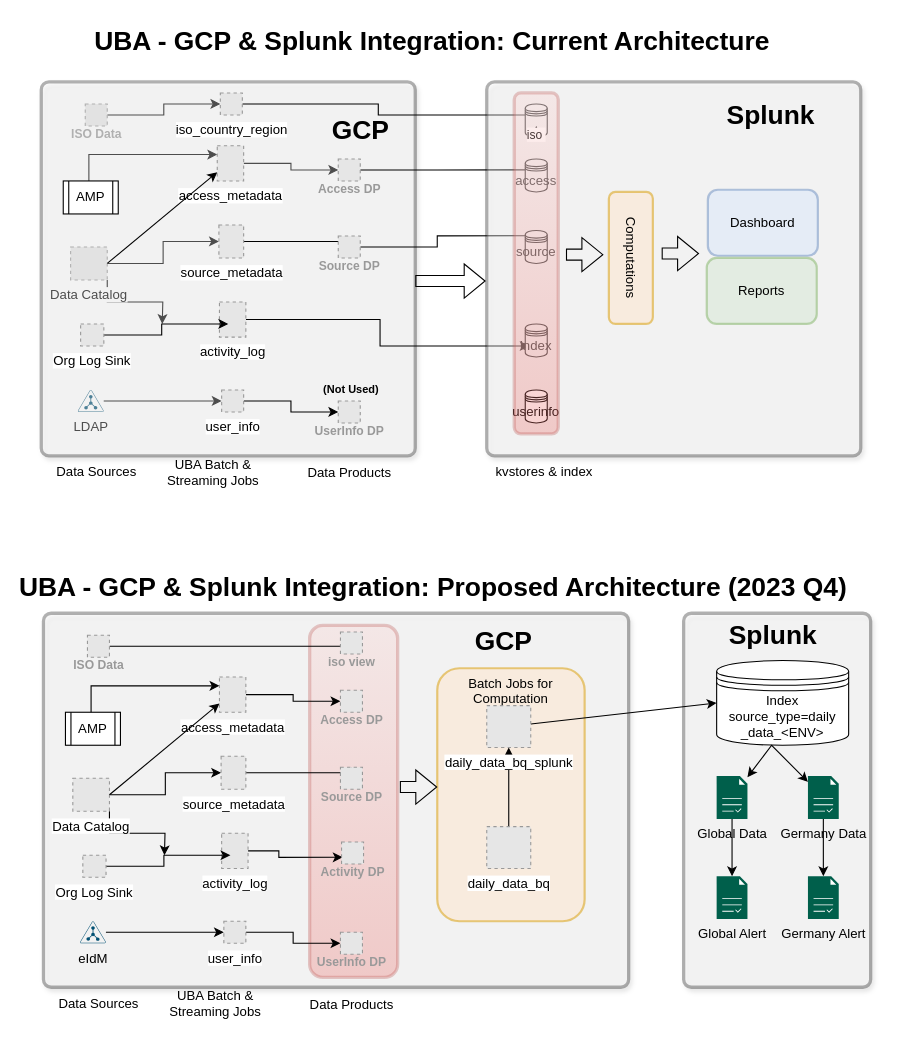
Earlier version of the draw.io diagram splunk_perf_design_V20240125a.drawio (zikzakjack/draw.io). Source tidied: cells renumbered, new cells numbered last; positions are measured from the earlier drawing's top-left corner, leaving out a move shared by most shapes. Both pictures are drawn from the tidied source at 110%, with x=0, y=0 at pixel (38, 19). Pictures stored in the file or linked from it are replaced by grey dashed boxes.
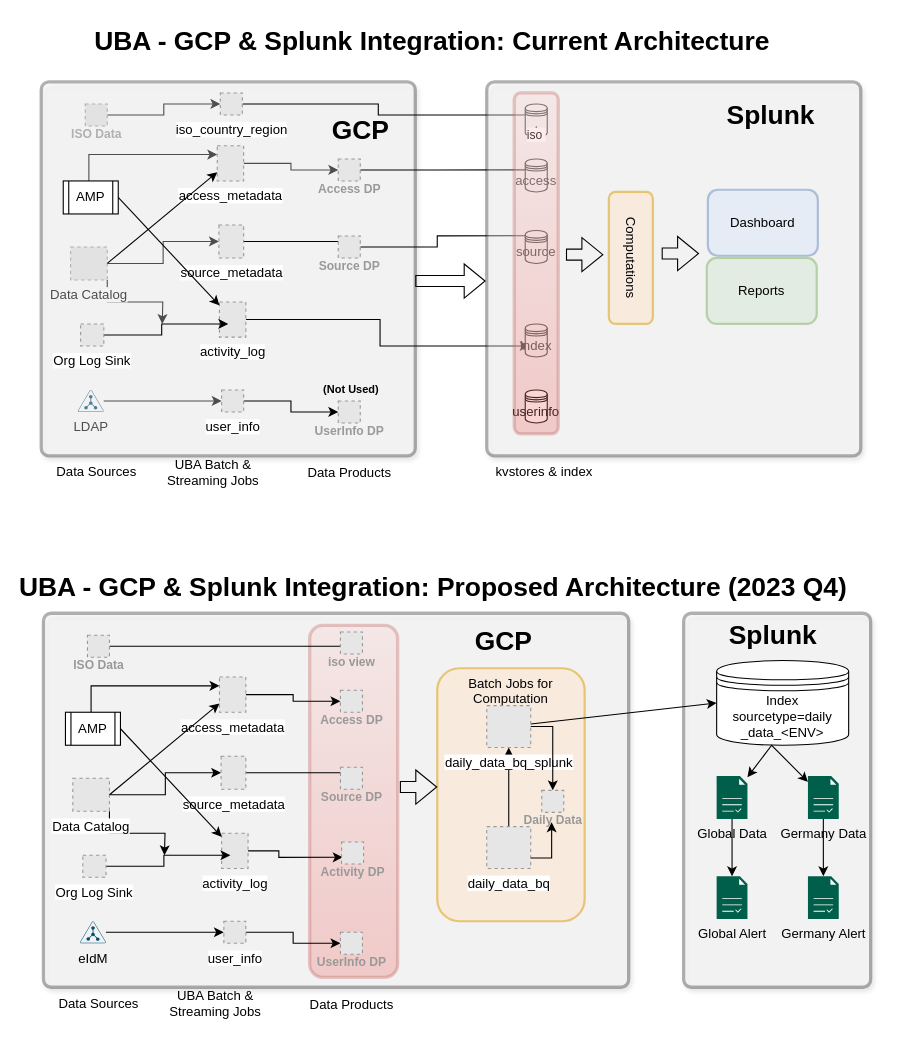
After the change.

The change refers to these unchanged cells:
```xml
<mxCell id="18" value="activity_log" style="fillColor=#E6E6E6;strokeColor=#999999;dashed=1;html=1;verticalLabelPosition=bottom;labelBackgroundColor=#ffffff;verticalAlign=top;" parent="1" vertex="1">
  <mxGeometry x="164" y="257" width="24" height="32" as="geometry" />
</mxCell>
<mxCell id="31" value="AMP" style="shape=process;whiteSpace=wrap;html=1;backgroundOutline=1;" parent="1" vertex="1">
  <mxGeometry x="22" y="147" width="50" height="30" as="geometry" />
</mxCell>
<mxCell id="65" value="activity_log" style="fillColor=#E6E6E6;strokeColor=#999999;dashed=1;html=1;verticalLabelPosition=bottom;labelBackgroundColor=#ffffff;verticalAlign=top;" parent="1" vertex="1">
  <mxGeometry x="166" y="740" width="24" height="32" as="geometry" />
</mxCell>
<mxCell id="75" value="AMP" style="shape=process;whiteSpace=wrap;html=1;backgroundOutline=1;" parent="1" vertex="1">
  <mxGeometry x="24" y="630" width="50" height="30" as="geometry" />
</mxCell>
<mxCell id="98" value="daily_data_bq" style="fillColor=#E6E6E6;strokeColor=#999999;dashed=1;html=1;verticalLabelPosition=bottom;labelBackgroundColor=#ffffff;verticalAlign=top;" parent="1" vertex="1">
  <mxGeometry x="407" y="734" width="40" height="38" as="geometry" />
</mxCell>
<mxCell id="99" value="daily_data_bq_splunk" style="fillColor=#E6E6E6;strokeColor=#999999;dashed=1;html=1;verticalLabelPosition=bottom;labelBackgroundColor=#ffffff;verticalAlign=top;" parent="1" vertex="1">
  <mxGeometry x="407" y="624" width="40" height="38" as="geometry" />
</mxCell>
```

What changed in the source:
```diff
@@
-    <mxCell id="87" value="Index source_type=daily _data_&amp;lt;ENV&amp;gt;" style="shape=datastore;whiteSpace=wrap;html=1;" parent="1" vertex="1">
+    <mxCell id="87" value="Index sourcetype=daily _data_&amp;lt;ENV&amp;gt;" style="shape=datastore;whiteSpace=wrap;html=1;" parent="1" vertex="1">
       <mxGeometry x="616" y="583" width="120" height="77" as="geometry" />
     </mxCell>
@@
+    <mxCell id="100" style="endArrow=classic;html=1;rounded=0;exitX=1;exitY=0.5;exitDx=0;exitDy=0;" parent="1" edge="1" source="31" target="18">
+      <mxGeometry relative="1" as="geometry" />
+    </mxCell>
+    <mxCell id="101" style="endArrow=classic;html=1;rounded=0;exitX=1;exitY=0.5;exitDx=0;exitDy=0;" parent="1" edge="1" source="75" target="65">
+      <mxGeometry relative="1" as="geometry" />
+    </mxCell>
+    <mxCell id="102" value="Daily Data" style="fillColor=#E6E6E6;strokeColor=#999999;dashed=1;html=1;verticalAlign=top;labelPosition=center;verticalLabelPosition=bottom;align=center;spacingTop=-6;fontSize=11;fontStyle=1;fontColor=#999999;" parent="1" vertex="1">
+      <mxGeometry x="457" y="701" width="20" height="20" as="geometry" />
+    </mxCell>
+    <mxCell id="103" style="edgeStyle=orthogonalEdgeStyle;rounded=0;jettySize=auto;html=1;exitX=1;exitY=0.75;exitDx=0;exitDy=0;" parent="1" edge="1" source="98">
+      <mxGeometry relative="1" as="geometry">
+        <mxPoint x="466" y="730" as="targetPoint" />
+      </mxGeometry>
+    </mxCell>
+    <mxCell id="104" style="edgeStyle=orthogonalEdgeStyle;rounded=0;jettySize=auto;html=1;entryX=0.5;entryY=0;entryDx=0;entryDy=0;" parent="1" edge="1" source="99" target="102">
+      <mxGeometry relative="1" as="geometry" />
+    </mxCell>
```
